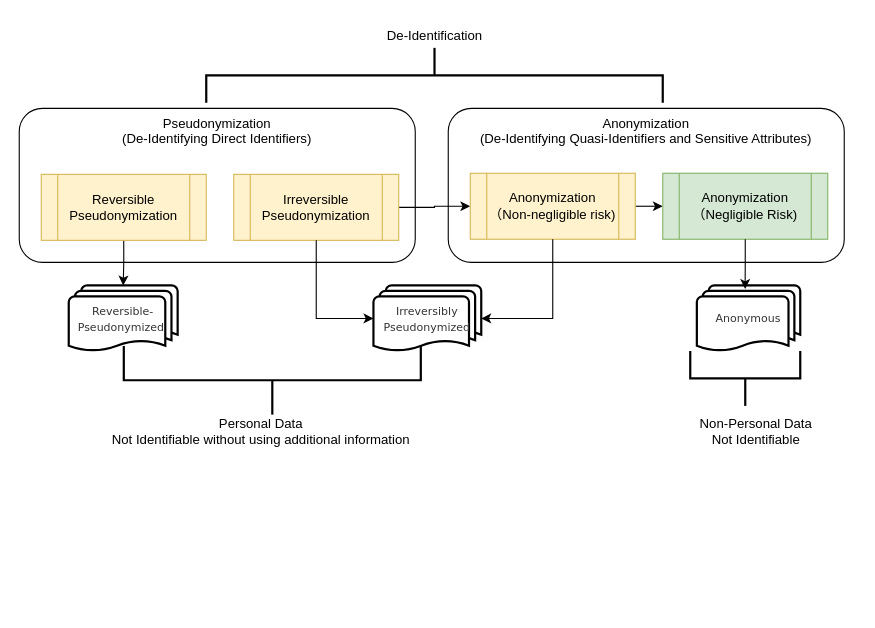
Before: input/images-source/relationships-between-concepts.drawio in IHE/ITI.DeIdHandbook, a draw.io diagram. Source tidied: cells renumbered, new cells numbered last; positions are measured from the earlier drawing's top-left corner, leaving out a move shared by most shapes. Both pictures are drawn from the tidied source at 110%, with x=0, y=0 at pixel (19, -154).
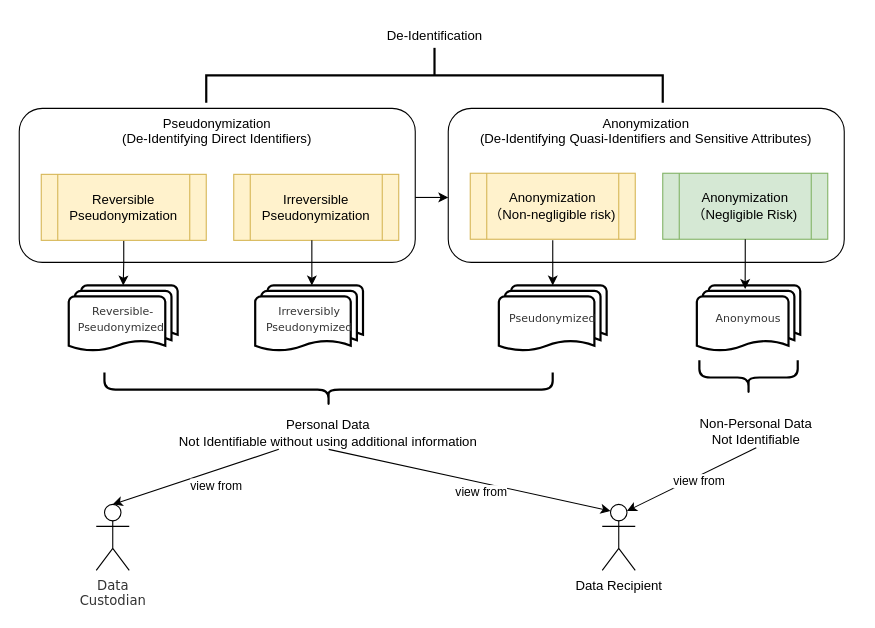
Above is the later version.

Commit message (it also covers changes not shown here):
Update concepts with CJEU Case C-413/23 P on relative anonymization

- Add CJEU Case C-413/23 P (EDPS v SRB) to anonymization section explaining recipient-centric approach
- Update figure description to emphasize relative anonymization based on recipient's re-identification capability
- Replace 'sender' terminology with 'data custodian' for clarity
- Update relationships-between-concepts diagram to reflect recipient perspective

The change refers to these unchanged cells:
```xml
<mxCell id="7" value="Irreversible Pseudonymization" style="shape=process;whiteSpace=wrap;html=1;backgroundOutline=1;fillColor=#fff2cc;strokeColor=#d6b656;" parent="1" vertex="1">
  <mxGeometry x="195" y="298" width="150" height="60" as="geometry" />
</mxCell>
<mxCell id="9" value="&lt;div&gt;Non-Personal Data&lt;/div&gt;Not Identifiable" style="text;html=1;align=center;verticalAlign=middle;whiteSpace=wrap;rounded=0;" parent="1" vertex="1">
  <mxGeometry x="580" y="516.5" width="180" height="30" as="geometry" />
</mxCell>
<mxCell id="11" value="Anonymization （Non-negligible risk)" style="shape=process;whiteSpace=wrap;html=1;backgroundOutline=1;fillColor=#fff2cc;strokeColor=#d6b656;" parent="1" vertex="1">
  <mxGeometry x="410" y="297" width="150" height="60" as="geometry" />
</mxCell>
<mxCell id="12" value="Anonymization （Negligible&amp;nbsp;Risk)" style="shape=process;whiteSpace=wrap;html=1;backgroundOutline=1;fillColor=#d5e8d4;strokeColor=#82b366;" parent="1" vertex="1">
  <mxGeometry x="585" y="297" width="150" height="60" as="geometry" />
</mxCell>
```

Diff of the diagram source:
```diff
@@
-    <mxCell id="6" style="edgeStyle=orthogonalEdgeStyle;rounded=0;jettySize=auto;html=1;exitX=1;exitY=0.5;exitDx=0;exitDy=0;entryX=0;entryY=0.5;entryDx=0;entryDy=0;" parent="1" edge="1" source="7" target="11">
-      <mxGeometry relative="1" as="geometry" />
-    </mxCell>
+    <mxCell id="23" style="edgeStyle=none;html=1;exitX=1;exitY=0.5;exitDx=0;exitDy=0;" parent="1" edge="1">
+      <mxGeometry relative="1" as="geometry">
+        <mxPoint x="360" y="319" as="sourcePoint" />
+        <mxPoint x="390" y="319" as="targetPoint" />
+      </mxGeometry>
+    </mxCell>
@@
     <mxCell id="8" value="&lt;div&gt;Personal Data&lt;/div&gt;Not Identifiable without using additional information" style="text;html=1;align=center;verticalAlign=middle;whiteSpace=wrap;rounded=0;" parent="1" vertex="1">
-      <mxGeometry x="50" y="516.5" width="340" height="30" as="geometry" />
+      <mxGeometry x="111.3" y="518" width="340" height="30" as="geometry" />
     </mxCell>
@@
-    <mxCell id="10" style="edgeStyle=orthogonalEdgeStyle;rounded=0;jettySize=auto;html=1;exitX=1;exitY=0.5;exitDx=0;exitDy=0;entryX=0;entryY=0.5;entryDx=0;entryDy=0;" parent="1" edge="1" source="11" target="12">
-      <mxGeometry relative="1" as="geometry" />
-    </mxCell>
@@
-    <mxCell id="13" style="strokeWidth=2;html=1;shape=mxgraph.flowchart.annotation_2;align=left;labelPosition=right;rotation=-90;" parent="1" vertex="1">
-      <mxGeometry x="198.8" y="350.2" width="62.5" height="270" as="geometry" />
-    </mxCell>
-    <mxCell id="14" style="strokeWidth=2;html=1;shape=mxgraph.flowchart.annotation_2;align=left;labelPosition=right;rotation=-90;" parent="1" vertex="1">
-      <mxGeometry x="635" y="433.5" width="50" height="100" as="geometry" />
-    </mxCell>
@@
     <mxCell id="18" value="&lt;span style=&quot;box-sizing: border-box; caret-color: rgb(51, 51, 51); color: rgb(51, 51, 51); font-family: verdana; text-align: start;&quot;&gt;&lt;font style=&quot;font-size: 10px;&quot;&gt;Irreversibly Pseudonymized&lt;/font&gt;&lt;/span&gt;" style="strokeWidth=2;html=1;shape=mxgraph.flowchart.multi-document;whiteSpace=wrap;" parent="1" vertex="1">
-      <mxGeometry x="322" y="399" width="98" height="60" as="geometry" />
+      <mxGeometry x="214.5" y="399" width="98" height="60" as="geometry" />
     </mxCell>
@@
-    <mxCell id="20" style="edgeStyle=orthogonalEdgeStyle;rounded=0;jettySize=auto;html=1;entryX=0;entryY=0.5;entryDx=0;entryDy=0;entryPerimeter=0;" parent="1" edge="1" source="7" target="18">
-      <mxGeometry relative="1" as="geometry" />
-    </mxCell>
-    <mxCell id="21" style="edgeStyle=orthogonalEdgeStyle;rounded=0;jettySize=auto;html=1;entryX=1;entryY=0.5;entryDx=0;entryDy=0;entryPerimeter=0;" parent="1" edge="1" source="11" target="18">
-      <mxGeometry relative="1" as="geometry" />
-    </mxCell>
@@
+    <mxCell id="24" style="edgeStyle=orthogonalEdgeStyle;rounded=0;orthogonalLoop=1;jettySize=auto;html=1;" parent="1" edge="1">
+      <mxGeometry relative="1" as="geometry">
+        <mxPoint x="266" y="358" as="sourcePoint" />
+        <mxPoint x="266" y="399" as="targetPoint" />
+      </mxGeometry>
+    </mxCell>
+    <mxCell id="25" value="&lt;span style=&quot;box-sizing: border-box; caret-color: rgb(51, 51, 51); color: rgb(51, 51, 51); font-family: verdana; text-align: start;&quot;&gt;&lt;font style=&quot;font-size: 10px;&quot;&gt;Pseudonymized&lt;/font&gt;&lt;/span&gt;" style="strokeWidth=2;html=1;shape=mxgraph.flowchart.multi-document;whiteSpace=wrap;" parent="1" vertex="1">
+      <mxGeometry x="436" y="399" width="98" height="60" as="geometry" />
+    </mxCell>
+    <mxCell id="26" style="edgeStyle=orthogonalEdgeStyle;rounded=0;orthogonalLoop=1;jettySize=auto;html=1;" parent="1" edge="1">
+      <mxGeometry relative="1" as="geometry">
+        <mxPoint x="485" y="358" as="sourcePoint" />
+        <mxPoint x="485" y="399" as="targetPoint" />
+      </mxGeometry>
+    </mxCell>
+    <mxCell id="27" style="shape=curlyBracket;whiteSpace=wrap;html=1;rounded=1;labelPosition=left;verticalLabelPosition=middle;align=right;verticalAlign=middle;rotation=-90;strokeWidth=2;" parent="1" vertex="1">
+      <mxGeometry x="265.6" y="289.9" width="31.2" height="407.5" as="geometry" />
+    </mxCell>
+    <mxCell id="28" style="shape=curlyBracket;whiteSpace=wrap;html=1;rounded=1;labelPosition=left;verticalLabelPosition=middle;align=right;verticalAlign=middle;rotation=-90;strokeWidth=2;" parent="1" vertex="1">
+      <mxGeometry x="647.4" y="438" width="31.2" height="89.4" as="geometry" />
+    </mxCell>
+    <mxCell id="29" value="&lt;span style=&quot;color: rgb(51, 51, 51); font-family: verdana; text-align: start; text-wrap-mode: wrap; background-color: rgb(255, 255, 255);&quot;&gt;Data Custodian&lt;/span&gt;" style="shape=umlActor;verticalLabelPosition=bottom;verticalAlign=top;html=1;outlineConnect=0;" parent="1" vertex="1">
+      <mxGeometry x="70" y="598" width="30" height="60" as="geometry" />
+    </mxCell>
+    <mxCell id="30" value="Data Recipient" style="shape=umlActor;verticalLabelPosition=bottom;verticalAlign=top;html=1;outlineConnect=0;" parent="1" vertex="1">
+      <mxGeometry x="530" y="598" width="30" height="60" as="geometry" />
+    </mxCell>
+    <mxCell id="31" style="endArrow=classic;html=1;entryX=0.5;entryY=0;entryDx=0;entryDy=0;entryPerimeter=0;" parent="1" edge="1" source="8" target="29">
+      <mxGeometry relative="1" as="geometry" />
+    </mxCell>
+    <mxCell id="32" value="view from" style="edgeLabel;html=1;align=center;verticalAlign=middle;" parent="31" vertex="1">
+      <mxGeometry x="-0.23" relative="1" as="geometry">
+        <mxPoint y="13" as="offset" />
+      </mxGeometry>
+    </mxCell>
+    <mxCell id="33" style="edgeStyle=none;html=1;exitX=0.5;exitY=1;exitDx=0;exitDy=0;entryX=0.25;entryY=0.1;entryDx=0;entryDy=0;entryPerimeter=0;" parent="1" edge="1" source="8" target="30">
+      <mxGeometry relative="1" as="geometry" />
+    </mxCell>
+    <mxCell id="34" value="view from" style="edgeLabel;html=1;align=center;verticalAlign=middle;" parent="1" vertex="1">
+      <mxGeometry x="420" y="588" as="geometry">
+        <mxPoint x="-1" y="-2" as="offset" />
+      </mxGeometry>
+    </mxCell>
+    <mxCell id="35" style="edgeStyle=none;html=1;exitX=0.5;exitY=1;exitDx=0;exitDy=0;entryX=0.75;entryY=0.1;entryDx=0;entryDy=0;entryPerimeter=0;" parent="1" edge="1" source="9" target="30">
+      <mxGeometry relative="1" as="geometry" />
+    </mxCell>
+    <mxCell id="36" value="view from" style="edgeLabel;html=1;align=center;verticalAlign=middle;" parent="35" vertex="1">
+      <mxGeometry x="-0.09" y="4" relative="1" as="geometry" />
+    </mxCell>
```
